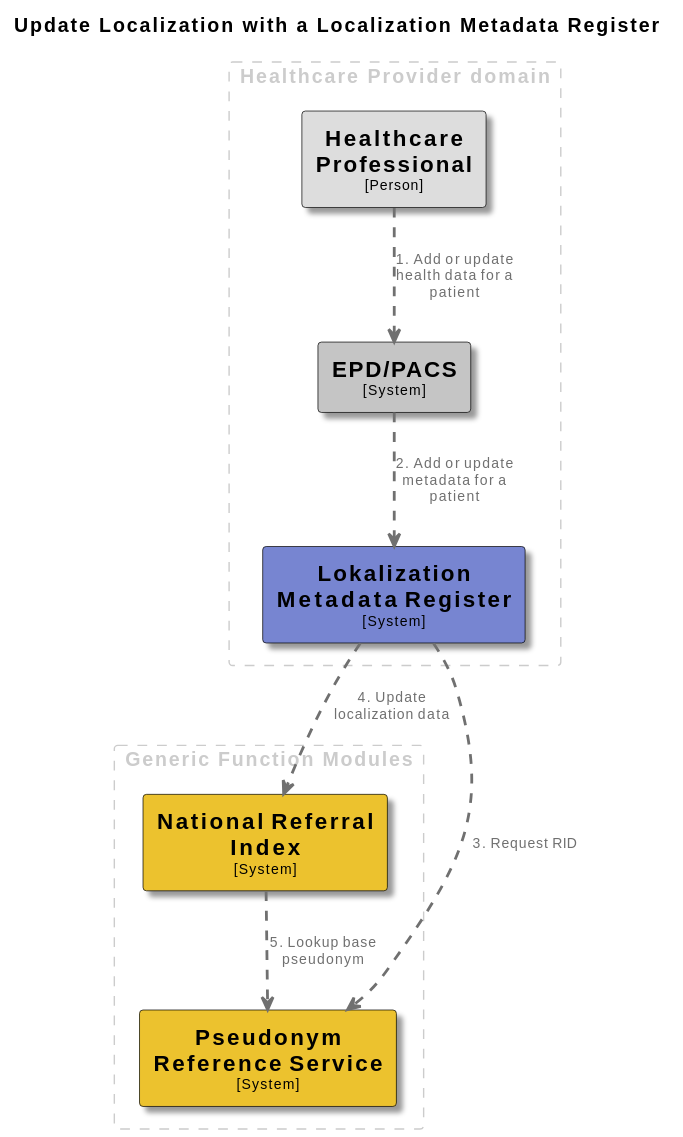
minvws/gfmodules-coordination keeps this PlantUML diagram as docs/images/structurizr-UpdateLocalizationWithMetadataRegister.svg. Above is the earlier version.
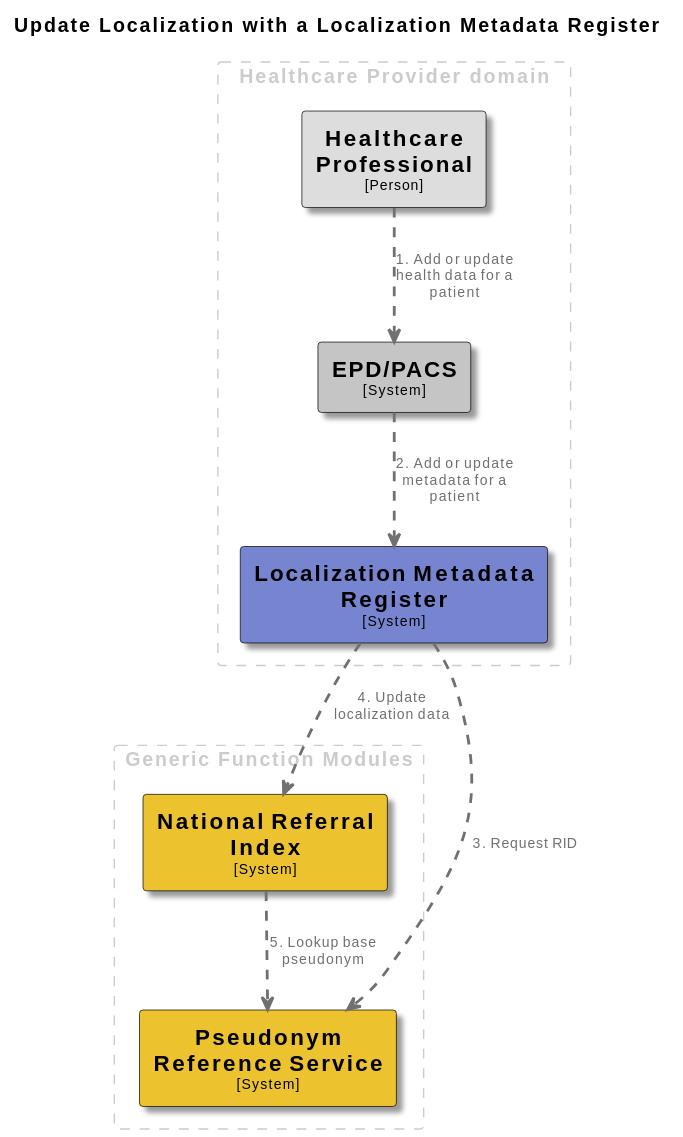
Above is the later version.

Change to the diagram source:
```diff
@@ -25,7 +25,7 @@
   BorderColor #000000
   shadowing true
 }
-skinparam rectangle<<LokalizationMetadataRegister>> {
+skinparam rectangle<<LocalizationMetadataRegister>> {
   BackgroundColor #7785d1
   FontColor #000000
   BorderColor #000000
@@ -58,14 +58,14 @@
   skinparam RectangleFontColor<<group2>> #cccccc
   skinparam RectangleBorderStyle<<group2>> dashed
 
-  rectangle "==Lokalization Metadata Register\n<size:10>[System]</size>" <<LokalizationMetadataRegister>> as LokalizationMetadataRegister
+  rectangle "==Localization Metadata Register\n<size:10>[System]</size>" <<LocalizationMetadataRegister>> as LocalizationMetadataRegister
   rectangle "==Healthcare Professional\n<size:10>[Person]</size>" <<HealthcareProfessional>> as HealthcareProfessional
   rectangle "==EPD/PACS\n<size:10>[System]</size>" <<EPDPACS>> as EPDPACS
 }
 
 HealthcareProfessional .[#707070,thickness=2].> EPDPACS : "<color:#707070>1. Add or update health data for a patient"
-EPDPACS .[#707070,thickness=2].> LokalizationMetadataRegister : "<color:#707070>2. Add or update metadata for a patient"
-LokalizationMetadataRegister .[#707070,thickness=2].> PseudonymReferenceService : "<color:#707070>3. Request RID"
-LokalizationMetadataRegister .[#707070,thickness=2].> NationalReferralIndex : "<color:#707070>4. Update localization data"
+EPDPACS .[#707070,thickness=2].> LocalizationMetadataRegister : "<color:#707070>2. Add or update metadata for a patient"
+LocalizationMetadataRegister .[#707070,thickness=2].> PseudonymReferenceService : "<color:#707070>3. Request RID"
+LocalizationMetadataRegister .[#707070,thickness=2].> NationalReferralIndex : "<color:#707070>4. Update localization data"
 NationalReferralIndex .[#707070,thickness=2].> PseudonymReferenceService : "<color:#707070>5. Lookup base pseudonym"
 @enduml
```
